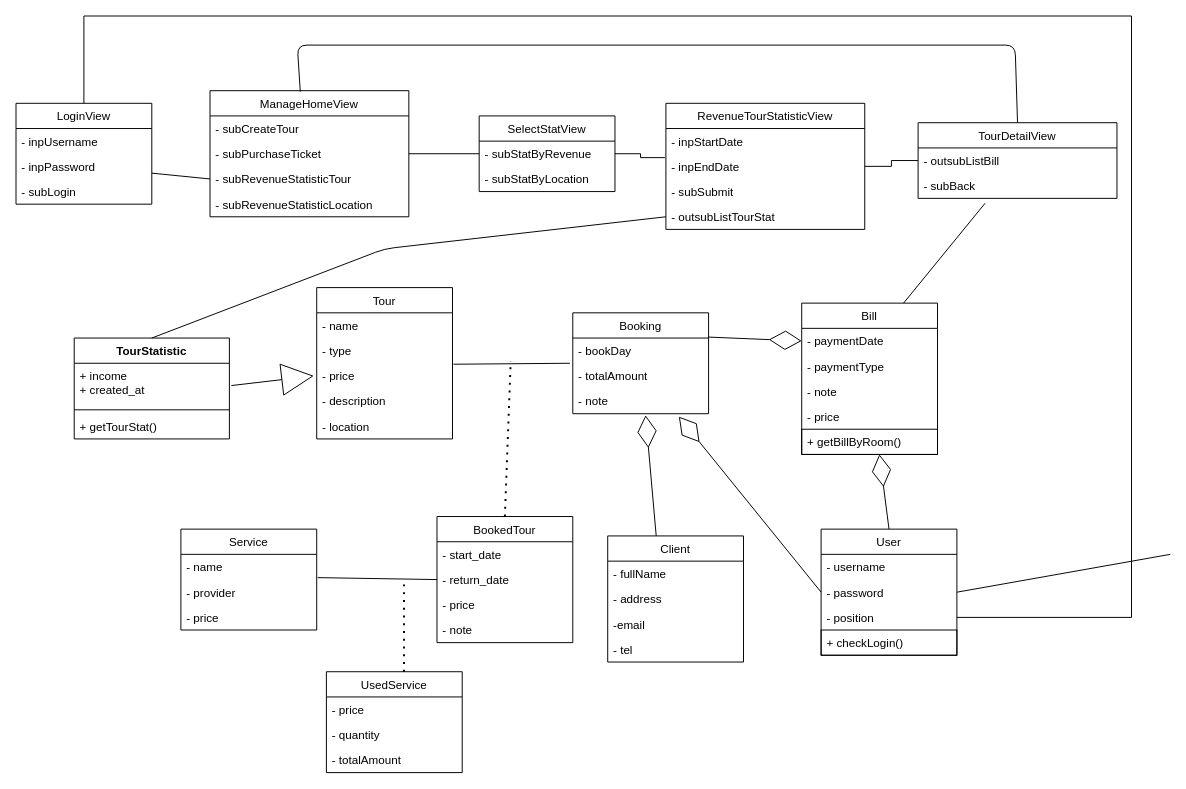
Above: bieudolop.drawio in thanhlongtld/classical_software_engineering (draw.io), before the change. Source tidied: cells renumbered, new cells numbered last; positions are measured from the earlier drawing's top-left corner, leaving out a move shared by most shapes. Both pictures are drawn from the tidied source at 97%, with x=0, y=0 at pixel (16, 16).
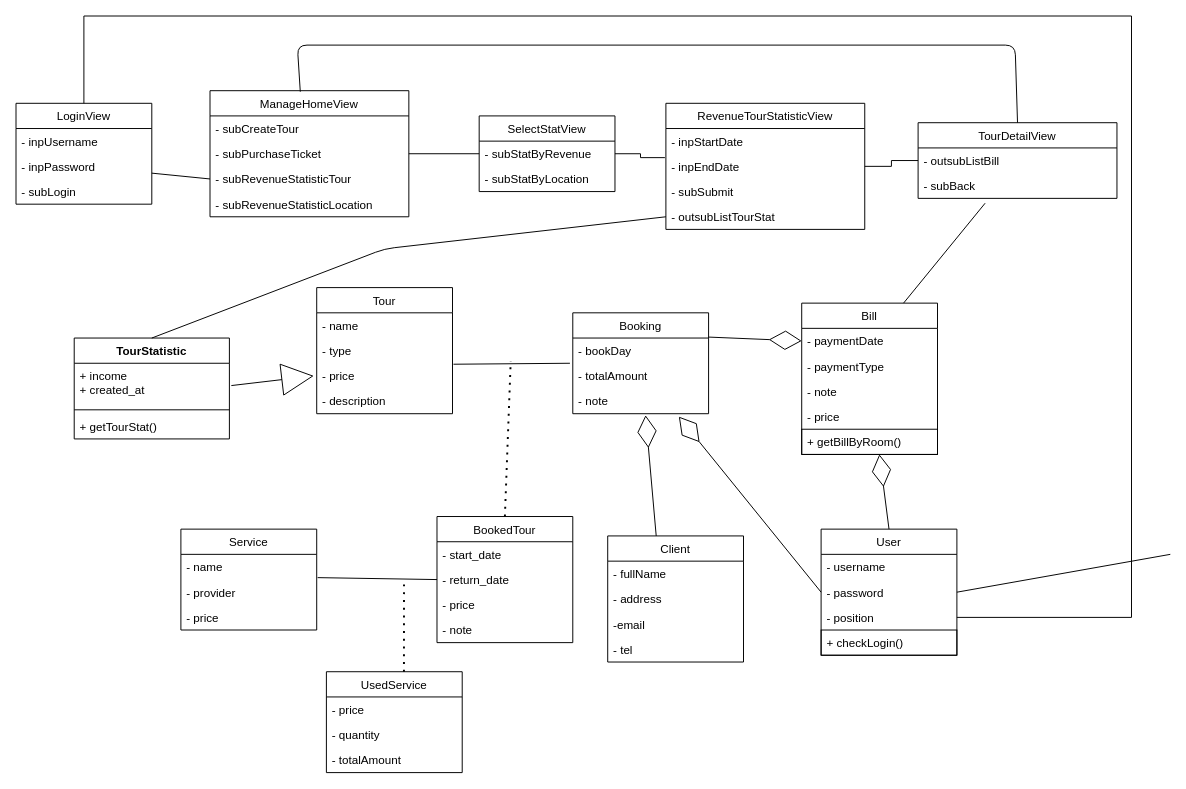
Above is the later version.

Diff of the diagram source:
```diff
@@
     <mxCell id="36" value="Tour" style="swimlane;fontStyle=0;horizontal=1;startSize=26;fillColor=none;" parent="1" vertex="1">
-      <mxGeometry x="310" y="280" width="140" height="156" as="geometry" />
+      <mxGeometry x="310" y="280" width="140" height="130" as="geometry" />
     </mxCell>
@@
-    <mxCell id="41" value="- location" style="text;strokeColor=none;fillColor=none;align=left;verticalAlign=top;spacingLeft=4;spacingRight=4;overflow=hidden;" parent="36" vertex="1">
-      <mxGeometry y="130" width="140" height="26" as="geometry" />
-    </mxCell>
```
